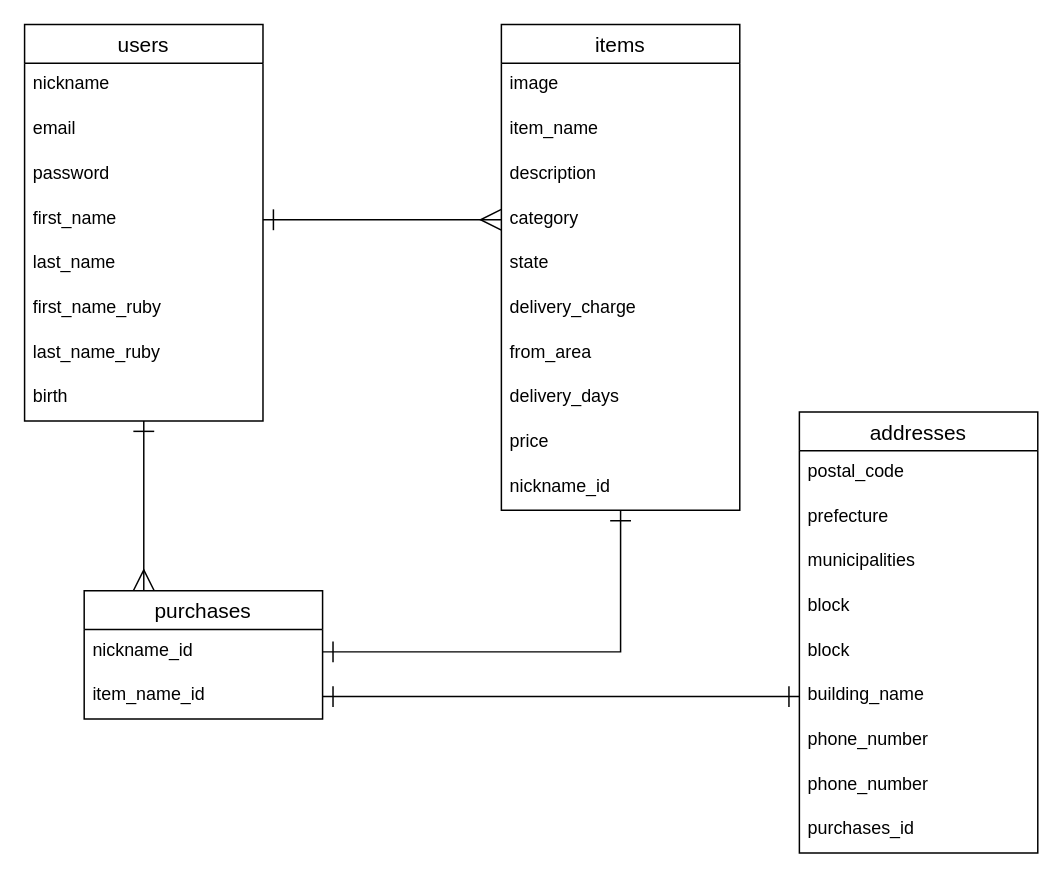
yusuke3002/furima-33529 keeps this draw.io diagram as furima.dio. Above is the earlier version. Source tidied: cells renumbered, new cells numbered last; positions are measured from the earlier drawing's top-left corner, leaving out a move shared by most shapes. Both pictures are drawn from the tidied source at 149%, with x=0, y=0 at pixel (24, 24).
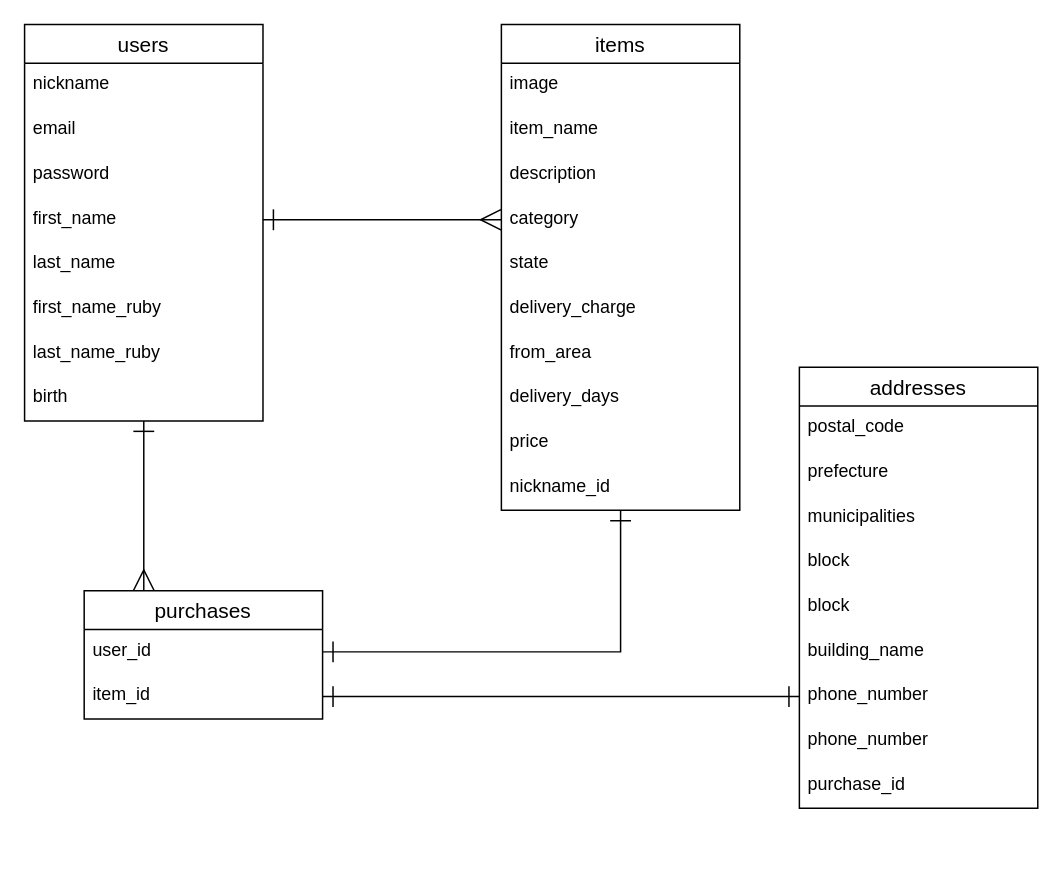
The same page after the edit.

The change refers to these unchanged cells:
```xml
<mxCell id="23" value="purchases" style="swimlane;fontStyle=0;horizontal=1;startSize=26;align=center;fontSize=14;" parent="1" vertex="1">
  <mxGeometry x="40" y="380" width="160" height="86" as="geometry" />
</mxCell>
<mxCell id="32" value="building_name" style="text;strokeColor=none;fillColor=none;spacingLeft=4;spacingRight=4;overflow=hidden;points=[[0,0.5],[1,0.5]];portConstraint=eastwest;fontSize=12;" parent="26" vertex="1">
  <mxGeometry y="176" width="160" height="30" as="geometry" />
</mxCell>
```

Diff of the diagram source:
```diff
@@
-    <mxCell id="24" value="nickname_id" style="text;strokeColor=none;fillColor=none;spacingLeft=4;spacingRight=4;overflow=hidden;points=[[0,0.5],[1,0.5]];portConstraint=eastwest;fontSize=12;" parent="23" vertex="1">
+    <mxCell id="24" value="user_id" style="text;strokeColor=none;fillColor=none;spacingLeft=4;spacingRight=4;overflow=hidden;points=[[0,0.5],[1,0.5]];portConstraint=eastwest;fontSize=12;" parent="23" vertex="1">
       <mxGeometry y="26" width="160" height="30" as="geometry" />
     </mxCell>
-    <mxCell id="25" value="item_name_id" style="text;strokeColor=none;fillColor=none;spacingLeft=4;spacingRight=4;overflow=hidden;points=[[0,0.5],[1,0.5]];portConstraint=eastwest;fontSize=12;" parent="23" vertex="1">
+    <mxCell id="25" value="item_id" style="text;strokeColor=none;fillColor=none;spacingLeft=4;spacingRight=4;overflow=hidden;points=[[0,0.5],[1,0.5]];portConstraint=eastwest;fontSize=12;" parent="23" vertex="1">
       <mxGeometry y="56" width="160" height="30" as="geometry" />
     </mxCell>
     <mxCell id="26" value="addresses" style="swimlane;fontStyle=0;horizontal=1;startSize=26;align=center;fontSize=14;" parent="1" vertex="1">
-      <mxGeometry x="520" y="260" width="160" height="296" as="geometry" />
+      <mxGeometry x="520" y="230" width="160" height="296" as="geometry" />
     </mxCell>
@@
-    <mxCell id="35" value="purchases_id" style="text;strokeColor=none;fillColor=none;spacingLeft=4;spacingRight=4;overflow=hidden;fontSize=12;" parent="26" vertex="1">
+    <mxCell id="35" value="purchase_id" style="text;strokeColor=none;fillColor=none;spacingLeft=4;spacingRight=4;overflow=hidden;fontSize=12;" parent="26" vertex="1">
       <mxGeometry y="266" width="160" height="30" as="geometry" />
     </mxCell>
@@
-    <mxCell id="37" style="edgeStyle=orthogonalEdgeStyle;rounded=0;jettySize=auto;html=1;entryX=1;entryY=0.5;entryDx=0;entryDy=0;startArrow=ERone;startFill=0;endArrow=ERone;endFill=0;endSize=12;startSize=12;" parent="1" edge="1" source="32" target="25">
-      <mxGeometry relative="1" as="geometry" />
+    <mxCell id="37" style="edgeStyle=orthogonalEdgeStyle;rounded=0;jettySize=auto;html=1;entryX=1;entryY=0.5;entryDx=0;entryDy=0;startArrow=ERone;startFill=0;endArrow=ERone;endFill=0;endSize=12;startSize=12;" parent="1" edge="1" target="25">
+      <mxGeometry relative="1" as="geometry">
+        <mxPoint x="520" y="451" as="sourcePoint" />
+        <Array as="points">
+          <mxPoint x="520" y="451" />
+        </Array>
+      </mxGeometry>
     </mxCell>
```
